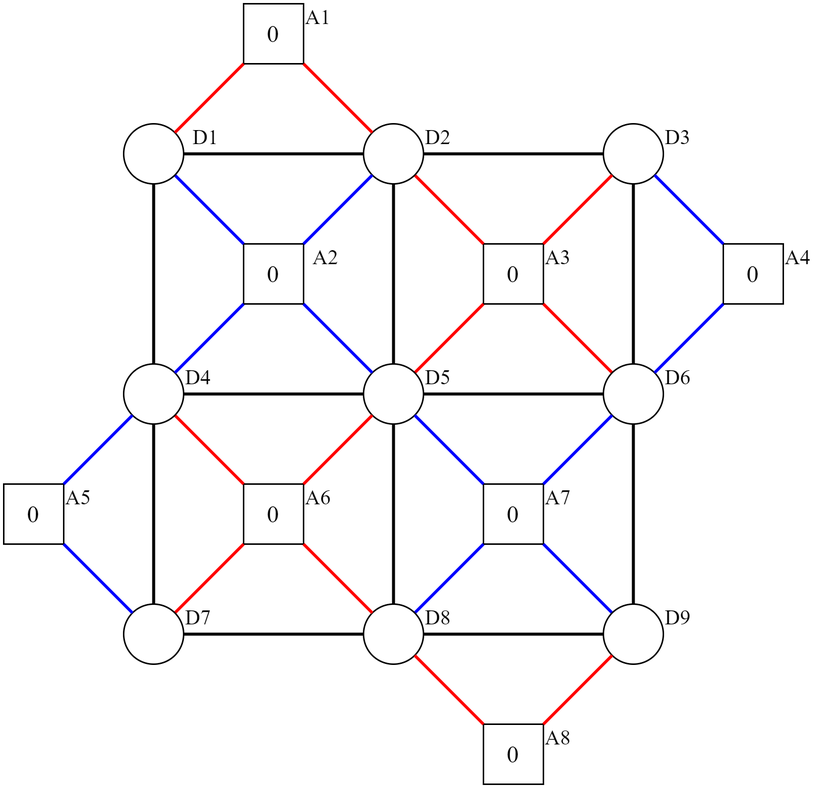
Mitch36/QuantumSim-QEC keeps this draw.io diagram as pictures/surface_code/surface_code_nine_qubits_layout.drawio.png. Above is the earlier version. Source tidied: cells renumbered, new cells last; positions are measured from the earlier drawing's top-left corner, leaving out a move shared by most shapes.
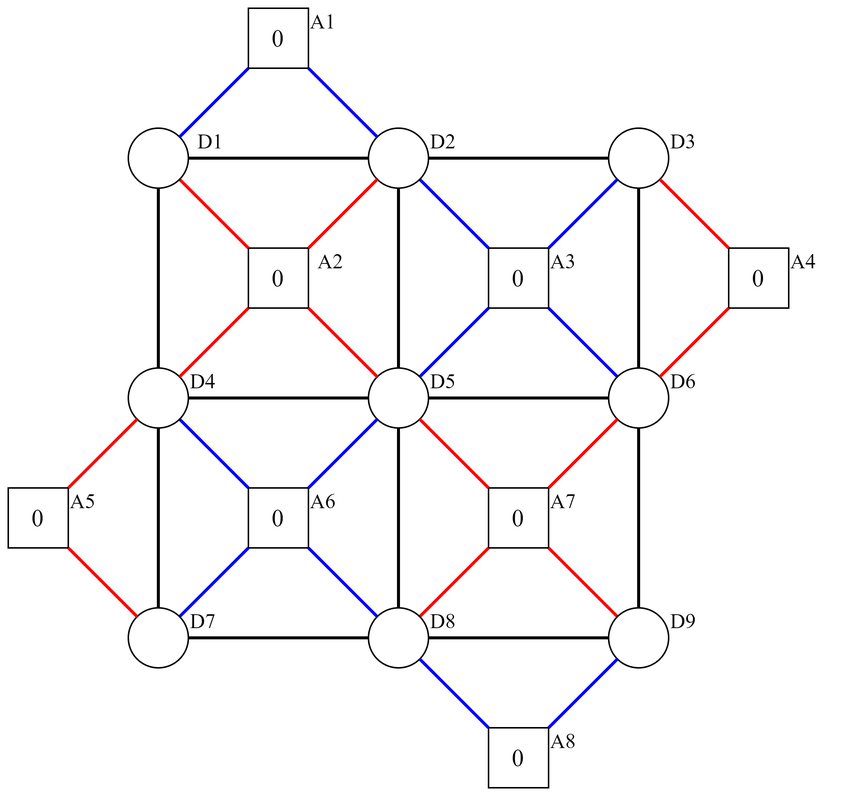
Above is the later version.

Commit message:
Added working version of the surface code delft

What changed in the source:
```diff
@@ -8,10 +8,10 @@
     <mxCell id="3" value="&lt;font style=&quot;font-size: 14px;&quot;&gt;A3&lt;/font&gt;" style="text;html=1;strokeColor=none;fillColor=none;align=center;verticalAlign=middle;whiteSpace=wrap;rounded=0;fontFamily=Times New Roman;" parent="1" vertex="1">
       <mxGeometry x="350" y="160" width="40" height="20" as="geometry" />
     </mxCell>
-    <mxCell id="4" style="endArrow=none;html=1;rounded=0;fontFamily=Times New Roman;strokeWidth=2;strokeColor=#FF0000;entryX=0;entryY=1;entryDx=0;entryDy=0;" parent="1" edge="1" source="14" target="2">
+    <mxCell id="4" style="endArrow=none;html=1;rounded=0;fontFamily=Times New Roman;strokeWidth=2;strokeColor=#0000FF;entryX=0;entryY=1;entryDx=0;entryDy=0;" parent="1" edge="1" source="14" target="2">
       <mxGeometry relative="1" as="geometry" />
     </mxCell>
-    <mxCell id="5" style="endArrow=none;html=1;rounded=0;fontFamily=Times New Roman;strokeWidth=2;strokeColor=#FF0000;entryX=0;entryY=0;entryDx=0;entryDy=0;" parent="1" edge="1" source="7" target="2">
+    <mxCell id="5" style="endArrow=none;html=1;rounded=0;fontFamily=Times New Roman;strokeWidth=2;strokeColor=#0000FF;entryX=0;entryY=0;entryDx=0;entryDy=0;" parent="1" edge="1" source="7" target="2">
       <mxGeometry relative="1" as="geometry" />
     </mxCell>
     <mxCell id="6" value="&lt;font style=&quot;font-size: 14px;&quot;&gt;D2&lt;/font&gt;" style="text;html=1;strokeColor=none;fillColor=none;align=center;verticalAlign=middle;whiteSpace=wrap;rounded=0;fontFamily=Times New Roman;" parent="1" vertex="1">
@@ -26,10 +26,10 @@
     <mxCell id="9" value="&lt;font style=&quot;font-size: 14px;&quot;&gt;D3&lt;/font&gt;" style="text;html=1;strokeColor=none;fillColor=none;align=center;verticalAlign=middle;whiteSpace=wrap;rounded=0;fontFamily=Times New Roman;" parent="1" vertex="1">
       <mxGeometry x="430" y="80" width="40" height="20" as="geometry" />
     </mxCell>
-    <mxCell id="10" style="endArrow=none;html=1;rounded=0;fontFamily=Times New Roman;strokeWidth=2;strokeColor=#FF0000;exitX=1;exitY=0;exitDx=0;exitDy=0;" parent="1" edge="1" source="2" target="8">
+    <mxCell id="10" style="endArrow=none;html=1;rounded=0;fontFamily=Times New Roman;strokeWidth=2;strokeColor=#0000FF;exitX=1;exitY=0;exitDx=0;exitDy=0;" parent="1" edge="1" source="2" target="8">
       <mxGeometry relative="1" as="geometry" />
     </mxCell>
-    <mxCell id="11" style="endArrow=none;html=1;rounded=0;fontFamily=Times New Roman;strokeWidth=2;strokeColor=#FF0000;" parent="1" edge="1" source="2" target="12">
+    <mxCell id="11" style="endArrow=none;html=1;rounded=0;fontFamily=Times New Roman;strokeWidth=2;strokeColor=#0000FF;" parent="1" edge="1" source="2" target="12">
       <mxGeometry relative="1" as="geometry" />
     </mxCell>
     <mxCell id="12" style="ellipse;whiteSpace=wrap;html=1;fontFamily=Times New Roman;" parent="1" vertex="1">
@@ -50,16 +50,16 @@
     <mxCell id="17" value="&lt;font style=&quot;font-size: 14px;&quot;&gt;A7&lt;/font&gt;" style="text;html=1;strokeColor=none;fillColor=none;align=center;verticalAlign=middle;whiteSpace=wrap;rounded=0;fontFamily=Times New Roman;" parent="1" vertex="1">
       <mxGeometry x="350" y="320" width="40" height="20" as="geometry" />
     </mxCell>
-    <mxCell id="18" style="endArrow=none;html=1;rounded=0;fontFamily=Times New Roman;strokeWidth=2;strokeColor=#0000FF;entryX=0;entryY=1;entryDx=0;entryDy=0;" parent="1" edge="1" source="23" target="16">
+    <mxCell id="18" style="endArrow=none;html=1;rounded=0;fontFamily=Times New Roman;strokeWidth=2;strokeColor=#FF0000;entryX=0;entryY=1;entryDx=0;entryDy=0;" parent="1" edge="1" source="23" target="16">
       <mxGeometry relative="1" as="geometry" />
     </mxCell>
-    <mxCell id="19" style="endArrow=none;html=1;rounded=0;fontFamily=Times New Roman;strokeWidth=2;strokeColor=#0000FF;entryX=0;entryY=0;entryDx=0;entryDy=0;" parent="1" edge="1" source="14" target="16">
+    <mxCell id="19" style="endArrow=none;html=1;rounded=0;fontFamily=Times New Roman;strokeWidth=2;strokeColor=#FF0000;entryX=0;entryY=0;entryDx=0;entryDy=0;" parent="1" edge="1" source="14" target="16">
       <mxGeometry relative="1" as="geometry" />
     </mxCell>
-    <mxCell id="20" style="endArrow=none;html=1;rounded=0;fontFamily=Times New Roman;strokeWidth=2;strokeColor=#0000FF;exitX=1;exitY=0;exitDx=0;exitDy=0;" parent="1" edge="1" source="16" target="12">
+    <mxCell id="20" style="endArrow=none;html=1;rounded=0;fontFamily=Times New Roman;strokeWidth=2;strokeColor=#FF0000;exitX=1;exitY=0;exitDx=0;exitDy=0;" parent="1" edge="1" source="16" target="12">
       <mxGeometry relative="1" as="geometry" />
     </mxCell>
-    <mxCell id="21" style="endArrow=none;html=1;rounded=0;fontFamily=Times New Roman;strokeWidth=2;strokeColor=#0000FF;" parent="1" edge="1" source="16" target="26">
+    <mxCell id="21" style="endArrow=none;html=1;rounded=0;fontFamily=Times New Roman;strokeWidth=2;strokeColor=#FF0000;" parent="1" edge="1" source="16" target="26">
       <mxGeometry relative="1" as="geometry" />
     </mxCell>
     <mxCell id="22" style="group;" parent="1" vertex="1">
@@ -86,10 +86,10 @@
     <mxCell id="29" value="&lt;font style=&quot;font-size: 14px;&quot;&gt;A6&lt;/font&gt;" style="text;html=1;strokeColor=none;fillColor=none;align=center;verticalAlign=middle;whiteSpace=wrap;rounded=0;fontFamily=Times New Roman;" parent="1" vertex="1">
       <mxGeometry x="190" y="320" width="40" height="20" as="geometry" />
     </mxCell>
-    <mxCell id="30" style="endArrow=none;html=1;rounded=0;fontFamily=Times New Roman;strokeWidth=2;strokeColor=#FF0000;entryX=0;entryY=1;entryDx=0;entryDy=0;" parent="1" edge="1" source="36" target="28">
+    <mxCell id="30" style="endArrow=none;html=1;rounded=0;fontFamily=Times New Roman;strokeWidth=2;strokeColor=#0000FF;entryX=0;entryY=1;entryDx=0;entryDy=0;" parent="1" edge="1" source="36" target="28">
       <mxGeometry relative="1" as="geometry" />
     </mxCell>
-    <mxCell id="31" style="endArrow=none;html=1;rounded=0;fontFamily=Times New Roman;strokeWidth=2;strokeColor=#FF0000;entryX=0;entryY=0;entryDx=0;entryDy=0;" parent="1" edge="1" source="33" target="28">
+    <mxCell id="31" style="endArrow=none;html=1;rounded=0;fontFamily=Times New Roman;strokeWidth=2;strokeColor=#0000FF;entryX=0;entryY=0;entryDx=0;entryDy=0;" parent="1" edge="1" source="33" target="28">
       <mxGeometry relative="1" as="geometry" />
     </mxCell>
     <mxCell id="32" value="&lt;font style=&quot;font-size: 14px;&quot;&gt;D4&lt;/font&gt;" style="text;html=1;strokeColor=none;fillColor=none;align=center;verticalAlign=middle;whiteSpace=wrap;rounded=0;fontFamily=Times New Roman;" parent="1" vertex="1">
@@ -98,10 +98,10 @@
     <mxCell id="33" style="ellipse;whiteSpace=wrap;html=1;fontFamily=Times New Roman;" parent="1" vertex="1">
       <mxGeometry x="80" y="240" width="40" height="40" as="geometry" />
     </mxCell>
-    <mxCell id="34" style="endArrow=none;html=1;rounded=0;fontFamily=Times New Roman;strokeWidth=2;strokeColor=#FF0000;exitX=1;exitY=0;exitDx=0;exitDy=0;" parent="1" edge="1" source="28" target="14">
+    <mxCell id="34" style="endArrow=none;html=1;rounded=0;fontFamily=Times New Roman;strokeWidth=2;strokeColor=#0000FF;exitX=1;exitY=0;exitDx=0;exitDy=0;" parent="1" edge="1" source="28" target="14">
       <mxGeometry relative="1" as="geometry" />
     </mxCell>
-    <mxCell id="35" style="endArrow=none;html=1;rounded=0;fontFamily=Times New Roman;strokeWidth=2;strokeColor=#FF0000;" parent="1" edge="1" source="28" target="23">
+    <mxCell id="35" style="endArrow=none;html=1;rounded=0;fontFamily=Times New Roman;strokeWidth=2;strokeColor=#0000FF;" parent="1" edge="1" source="28" target="23">
       <mxGeometry relative="1" as="geometry" />
     </mxCell>
     <mxCell id="36" style="ellipse;whiteSpace=wrap;html=1;fontFamily=Times New Roman;" parent="1" vertex="1">
@@ -116,10 +116,10 @@
     <mxCell id="39" value="&lt;font style=&quot;font-size: 14px;&quot;&gt;A2&lt;/font&gt;" style="text;html=1;strokeColor=none;fillColor=none;align=center;verticalAlign=middle;whiteSpace=wrap;rounded=0;fontFamily=Times New Roman;" parent="1" vertex="1">
       <mxGeometry x="195" y="160" width="40" height="20" as="geometry" />
     </mxCell>
-    <mxCell id="40" style="endArrow=none;html=1;rounded=0;fontFamily=Times New Roman;strokeWidth=2;strokeColor=#0000FF;entryX=0;entryY=1;entryDx=0;entryDy=0;" parent="1" edge="1" source="33" target="38">
+    <mxCell id="40" style="endArrow=none;html=1;rounded=0;fontFamily=Times New Roman;strokeWidth=2;strokeColor=#FF0000;entryX=0;entryY=1;entryDx=0;entryDy=0;" parent="1" edge="1" source="33" target="38">
       <mxGeometry relative="1" as="geometry" />
     </mxCell>
-    <mxCell id="41" style="endArrow=none;html=1;rounded=0;fontFamily=Times New Roman;strokeWidth=2;strokeColor=#0000FF;entryX=0;entryY=0;entryDx=0;entryDy=0;" parent="1" edge="1" source="43" target="38">
+    <mxCell id="41" style="endArrow=none;html=1;rounded=0;fontFamily=Times New Roman;strokeWidth=2;strokeColor=#FF0000;entryX=0;entryY=0;entryDx=0;entryDy=0;" parent="1" edge="1" source="43" target="38">
       <mxGeometry relative="1" as="geometry" />
     </mxCell>
     <mxCell id="42" value="&lt;font style=&quot;font-size: 14px;&quot;&gt;D1&lt;/font&gt;" style="text;html=1;strokeColor=none;fillColor=none;align=center;verticalAlign=middle;whiteSpace=wrap;rounded=0;fontFamily=Times New Roman;" parent="1" vertex="1">
@@ -128,10 +128,10 @@
     <mxCell id="43" style="ellipse;whiteSpace=wrap;html=1;fontFamily=Times New Roman;" parent="1" vertex="1">
       <mxGeometry x="80" y="80" width="40" height="40" as="geometry" />
     </mxCell>
-    <mxCell id="44" style="endArrow=none;html=1;rounded=0;fontFamily=Times New Roman;strokeWidth=2;strokeColor=#0000FF;exitX=1;exitY=0;exitDx=0;exitDy=0;" parent="1" edge="1" source="38" target="7">
+    <mxCell id="44" style="endArrow=none;html=1;rounded=0;fontFamily=Times New Roman;strokeWidth=2;strokeColor=#FF0000;exitX=1;exitY=0;exitDx=0;exitDy=0;" parent="1" edge="1" source="38" target="7">
       <mxGeometry relative="1" as="geometry" />
     </mxCell>
-    <mxCell id="45" style="endArrow=none;html=1;rounded=0;fontFamily=Times New Roman;strokeWidth=2;strokeColor=#0000FF;" parent="1" edge="1" source="38" target="14">
+    <mxCell id="45" style="endArrow=none;html=1;rounded=0;fontFamily=Times New Roman;strokeWidth=2;strokeColor=#FF0000;" parent="1" edge="1" source="38" target="14">
       <mxGeometry relative="1" as="geometry" />
     </mxCell>
     <mxCell id="46" value="&lt;font style=&quot;font-size: 16px;&quot;&gt;0&lt;/font&gt;" style="rounded=0;whiteSpace=wrap;html=1;fontFamily=Times New Roman;" parent="1" vertex="1">
@@ -140,10 +140,10 @@
     <mxCell id="47" value="&lt;font style=&quot;font-size: 14px;&quot;&gt;A1&lt;/font&gt;" style="text;html=1;strokeColor=none;fillColor=none;align=center;verticalAlign=middle;whiteSpace=wrap;rounded=0;fontFamily=Times New Roman;" parent="1" vertex="1">
       <mxGeometry x="190" width="40" height="20" as="geometry" />
     </mxCell>
-    <mxCell id="48" style="endArrow=none;html=1;rounded=0;fontFamily=Times New Roman;strokeWidth=2;strokeColor=#FF0000;exitX=1;exitY=1;exitDx=0;exitDy=0;" parent="1" edge="1" source="46" target="7">
+    <mxCell id="48" style="endArrow=none;html=1;rounded=0;fontFamily=Times New Roman;strokeWidth=2;strokeColor=#0000FF;exitX=1;exitY=1;exitDx=0;exitDy=0;" parent="1" edge="1" source="46" target="7">
       <mxGeometry relative="1" as="geometry" />
     </mxCell>
-    <mxCell id="49" style="endArrow=none;html=1;rounded=0;fontFamily=Times New Roman;strokeWidth=2;strokeColor=#FF0000;" parent="1" edge="1" source="46" target="43">
+    <mxCell id="49" style="endArrow=none;html=1;rounded=0;fontFamily=Times New Roman;strokeWidth=2;strokeColor=#0000FF;" parent="1" edge="1" source="46" target="43">
       <mxGeometry relative="1" as="geometry" />
     </mxCell>
     <mxCell id="50" value="&lt;font style=&quot;font-size: 16px;&quot;&gt;0&lt;/font&gt;" style="rounded=0;whiteSpace=wrap;html=1;fontFamily=Times New Roman;" parent="1" vertex="1">
@@ -152,10 +152,10 @@
     <mxCell id="51" value="&lt;font style=&quot;font-size: 14px;&quot;&gt;A4&lt;/font&gt;" style="text;html=1;strokeColor=none;fillColor=none;align=center;verticalAlign=middle;whiteSpace=wrap;rounded=0;fontFamily=Times New Roman;" parent="1" vertex="1">
       <mxGeometry x="510" y="160" width="40" height="20" as="geometry" />
     </mxCell>
-    <mxCell id="52" style="endArrow=none;html=1;rounded=0;fontFamily=Times New Roman;strokeWidth=2;strokeColor=#0000FF;" parent="1" edge="1" source="8" target="50">
+    <mxCell id="52" style="endArrow=none;html=1;rounded=0;fontFamily=Times New Roman;strokeWidth=2;strokeColor=#FF0000;" parent="1" edge="1" source="8" target="50">
       <mxGeometry relative="1" as="geometry" />
     </mxCell>
-    <mxCell id="53" style="endArrow=none;html=1;rounded=0;fontFamily=Times New Roman;strokeWidth=2;strokeColor=#0000FF;" parent="1" edge="1" source="50" target="12">
+    <mxCell id="53" style="endArrow=none;html=1;rounded=0;fontFamily=Times New Roman;strokeWidth=2;strokeColor=#FF0000;" parent="1" edge="1" source="50" target="12">
       <mxGeometry relative="1" as="geometry" />
     </mxCell>
     <mxCell id="54" value="&lt;font style=&quot;font-size: 16px;&quot;&gt;0&lt;/font&gt;" style="rounded=0;whiteSpace=wrap;html=1;fontFamily=Times New Roman;" parent="1" vertex="1">
@@ -164,10 +164,10 @@
     <mxCell id="55" value="&lt;font style=&quot;font-size: 14px;&quot;&gt;A8&lt;/font&gt;" style="text;html=1;strokeColor=none;fillColor=none;align=center;verticalAlign=middle;whiteSpace=wrap;rounded=0;fontFamily=Times New Roman;" parent="1" vertex="1">
       <mxGeometry x="350" y="480" width="40" height="20" as="geometry" />
     </mxCell>
-    <mxCell id="56" style="endArrow=none;html=1;rounded=0;fontFamily=Times New Roman;strokeWidth=2;strokeColor=#FF0000;" parent="1" edge="1" source="54" target="26">
+    <mxCell id="56" style="endArrow=none;html=1;rounded=0;fontFamily=Times New Roman;strokeWidth=2;strokeColor=#0000FF;" parent="1" edge="1" source="54" target="26">
       <mxGeometry relative="1" as="geometry" />
     </mxCell>
-    <mxCell id="57" style="endArrow=none;html=1;rounded=0;fontFamily=Times New Roman;strokeWidth=2;strokeColor=#FF0000;" parent="1" edge="1" source="23" target="54">
+    <mxCell id="57" style="endArrow=none;html=1;rounded=0;fontFamily=Times New Roman;strokeWidth=2;strokeColor=#0000FF;" parent="1" edge="1" source="23" target="54">
       <mxGeometry relative="1" as="geometry" />
     </mxCell>
     <mxCell id="58" value="&lt;font style=&quot;font-size: 16px;&quot;&gt;0&lt;/font&gt;" style="rounded=0;whiteSpace=wrap;html=1;fontFamily=Times New Roman;" parent="1" vertex="1">
@@ -176,10 +176,10 @@
     <mxCell id="59" value="&lt;font style=&quot;font-size: 14px;&quot;&gt;A5&lt;/font&gt;" style="text;html=1;strokeColor=none;fillColor=none;align=center;verticalAlign=middle;whiteSpace=wrap;rounded=0;fontFamily=Times New Roman;" parent="1" vertex="1">
       <mxGeometry x="30" y="320" width="40" height="20" as="geometry" />
     </mxCell>
-    <mxCell id="60" style="endArrow=none;html=1;rounded=0;fontFamily=Times New Roman;strokeWidth=2;strokeColor=#0000FF;" parent="1" edge="1" source="58" target="33">
+    <mxCell id="60" style="endArrow=none;html=1;rounded=0;fontFamily=Times New Roman;strokeWidth=2;strokeColor=#FF0000;" parent="1" edge="1" source="58" target="33">
       <mxGeometry relative="1" as="geometry" />
     </mxCell>
-    <mxCell id="61" style="endArrow=none;html=1;rounded=0;fontFamily=Times New Roman;strokeWidth=2;strokeColor=#0000FF;" parent="1" edge="1" source="58" target="36">
+    <mxCell id="61" style="endArrow=none;html=1;rounded=0;fontFamily=Times New Roman;strokeWidth=2;strokeColor=#FF0000;" parent="1" edge="1" source="58" target="36">
       <mxGeometry relative="1" as="geometry" />
     </mxCell>
     <mxCell id="62" style="endArrow=none;html=1;rounded=0;strokeColor=#000000;strokeWidth=2;fontFamily=Times New Roman;fontSize=14;" parent="1" edge="1" source="33" target="43">
```
